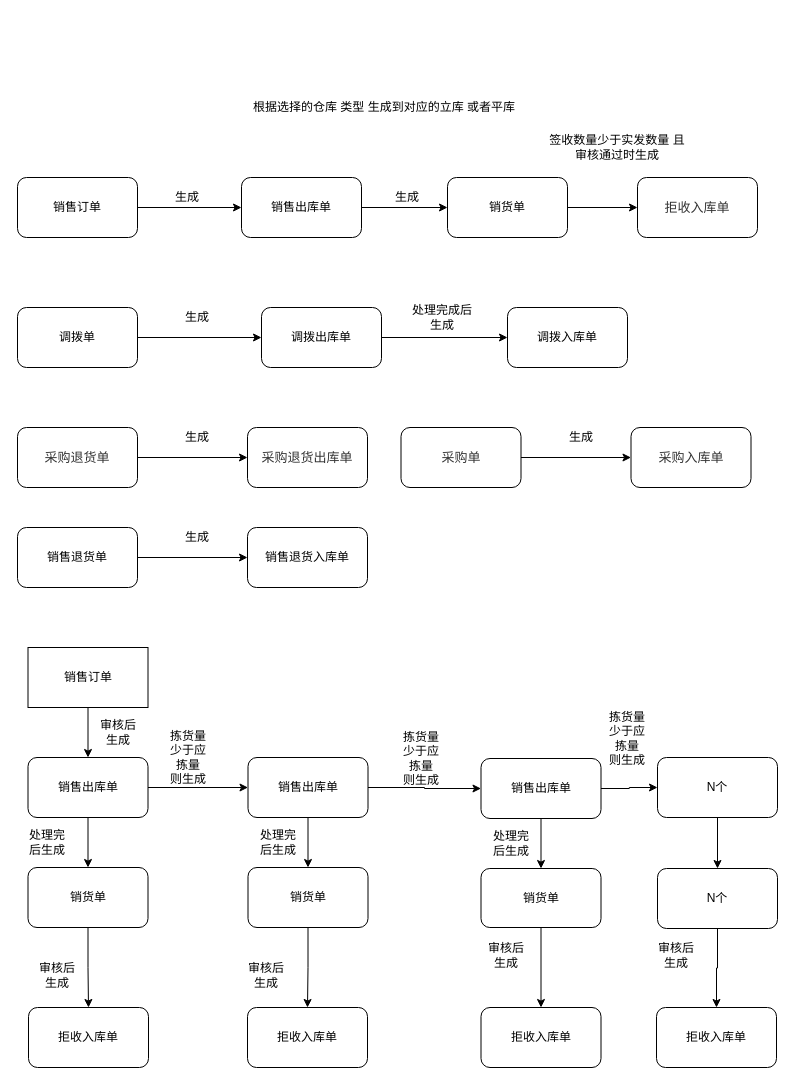
Earlier version of the draw.io diagram Untitled Diagram.drawio (ywspace/vs). Source tidied: cells renumbered, new cells numbered last; positions are measured from the earlier drawing's top-left corner, leaving out a move shared by most shapes. Both pictures are drawn from the tidied source at 100%, with x=0, y=0 at pixel (17, 97).
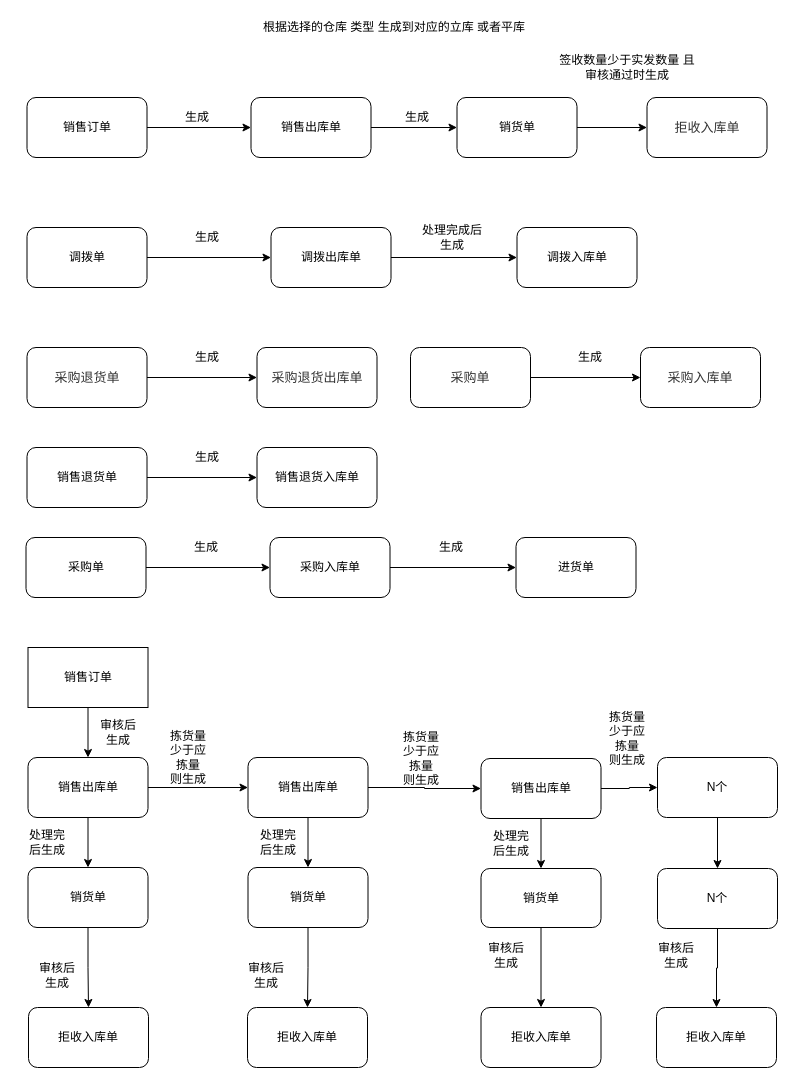
After the change.

Diff of the diagram source:
```diff
@@
     <mxCell id="3" value="销售订单" style="rounded=1;whiteSpace=wrap;html=1;" parent="1" vertex="1">
-      <mxGeometry y="80" width="120" height="60" as="geometry" />
+      <mxGeometry x="9.5" width="120" height="60" as="geometry" />
     </mxCell>
@@
     <mxCell id="5" value="销售出库单" style="rounded=1;whiteSpace=wrap;html=1;" parent="1" vertex="1">
-      <mxGeometry x="224" y="80" width="120" height="60" as="geometry" />
+      <mxGeometry x="233.5" width="120" height="60" as="geometry" />
     </mxCell>
@@
     <mxCell id="7" value="销货单" style="rounded=1;whiteSpace=wrap;html=1;" parent="1" vertex="1">
-      <mxGeometry x="430" y="80" width="120" height="60" as="geometry" />
+      <mxGeometry x="439.5" width="120" height="60" as="geometry" />
     </mxCell>
     <mxCell id="8" value="生成" style="text;html=1;strokeColor=none;fillColor=none;align=center;verticalAlign=middle;whiteSpace=wrap;rounded=0;" parent="1" vertex="1">
-      <mxGeometry x="150" y="90" width="40" height="20" as="geometry" />
+      <mxGeometry x="159.5" y="10" width="40" height="20" as="geometry" />
     </mxCell>
     <mxCell id="9" value="生成" style="text;html=1;strokeColor=none;fillColor=none;align=center;verticalAlign=middle;whiteSpace=wrap;rounded=0;" parent="1" vertex="1">
-      <mxGeometry x="370" y="90" width="40" height="20" as="geometry" />
+      <mxGeometry x="379.5" y="10" width="40" height="20" as="geometry" />
     </mxCell>
     <mxCell id="10" value="&lt;span style=&quot;color: rgb(51 , 51 , 51) ; font-family: &amp;#34;arial normal&amp;#34; , &amp;#34;arial&amp;#34; , sans-serif ; font-size: 13px&quot;&gt;拒收入库单&lt;/span&gt;" style="rounded=1;whiteSpace=wrap;html=1;" parent="1" vertex="1">
-      <mxGeometry x="620" y="80" width="120" height="60" as="geometry" />
+      <mxGeometry x="629.5" width="120" height="60" as="geometry" />
     </mxCell>
     <mxCell id="11" value="根据选择的仓库 类型 生成到对应的立库 或者平库" style="text;html=1;strokeColor=none;fillColor=none;align=center;verticalAlign=middle;whiteSpace=wrap;rounded=0;" parent="1" vertex="1">
-      <mxGeometry x="224" width="286" height="20" as="geometry" />
+      <mxGeometry x="233.5" y="-80" width="286" height="20" as="geometry" />
     </mxCell>
@@
     <mxCell id="13" value="调拨单" style="rounded=1;whiteSpace=wrap;html=1;" parent="1" vertex="1">
-      <mxGeometry y="210" width="120" height="60" as="geometry" />
+      <mxGeometry x="9.5" y="130" width="120" height="60" as="geometry" />
     </mxCell>
@@
     <mxCell id="15" value="调拨出库单" style="rounded=1;whiteSpace=wrap;html=1;" parent="1" vertex="1">
-      <mxGeometry x="244" y="210" width="120" height="60" as="geometry" />
+      <mxGeometry x="253.5" y="130" width="120" height="60" as="geometry" />
     </mxCell>
     <mxCell id="16" value="调拨入库单" style="rounded=1;whiteSpace=wrap;html=1;" parent="1" vertex="1">
-      <mxGeometry x="490" y="210" width="120" height="60" as="geometry" />
+      <mxGeometry x="499.5" y="130" width="120" height="60" as="geometry" />
     </mxCell>
     <mxCell id="17" value="生成" style="text;html=1;strokeColor=none;fillColor=none;align=center;verticalAlign=middle;whiteSpace=wrap;rounded=0;" parent="1" vertex="1">
-      <mxGeometry x="160" y="210" width="40" height="20" as="geometry" />
+      <mxGeometry x="169.5" y="130" width="40" height="20" as="geometry" />
     </mxCell>
     <mxCell id="18" value="处理完成后生成" style="text;html=1;strokeColor=none;fillColor=none;align=center;verticalAlign=middle;whiteSpace=wrap;rounded=0;" parent="1" vertex="1">
-      <mxGeometry x="390" y="210" width="70" height="20" as="geometry" />
+      <mxGeometry x="399.5" y="130" width="70" height="20" as="geometry" />
     </mxCell>
@@
     <mxCell id="20" value="&lt;span style=&quot;color: rgb(51 , 51 , 51) ; font-family: &amp;#34;microsoftyahei&amp;#34; , , sans-serif ; font-size: 13px&quot;&gt;采购退货单&lt;/span&gt;" style="rounded=1;whiteSpace=wrap;html=1;" parent="1" vertex="1">
-      <mxGeometry y="330" width="120" height="60" as="geometry" />
+      <mxGeometry x="9.5" y="250" width="120" height="60" as="geometry" />
     </mxCell>
     <mxCell id="21" value="&lt;span style=&quot;color: rgb(51 , 51 , 51) ; font-family: &amp;#34;microsoftyahei&amp;#34; , , sans-serif ; font-size: 13px&quot;&gt;采购退货出库单&lt;/span&gt;" style="rounded=1;whiteSpace=wrap;html=1;" parent="1" vertex="1">
-      <mxGeometry x="230" y="330" width="120" height="60" as="geometry" />
+      <mxGeometry x="239.5" y="250" width="120" height="60" as="geometry" />
     </mxCell>
     <mxCell id="22" value="生成" style="text;html=1;strokeColor=none;fillColor=none;align=center;verticalAlign=middle;whiteSpace=wrap;rounded=0;" parent="1" vertex="1">
-      <mxGeometry x="160" y="330" width="40" height="20" as="geometry" />
+      <mxGeometry x="169.5" y="250" width="40" height="20" as="geometry" />
     </mxCell>
@@
     <mxCell id="24" value="销售退货单" style="rounded=1;whiteSpace=wrap;html=1;" parent="1" vertex="1">
-      <mxGeometry y="430" width="120" height="60" as="geometry" />
+      <mxGeometry x="9.5" y="350" width="120" height="60" as="geometry" />
     </mxCell>
     <mxCell id="25" value="销售退货入库单" style="rounded=1;whiteSpace=wrap;html=1;" parent="1" vertex="1">
-      <mxGeometry x="230" y="430" width="120" height="60" as="geometry" />
+      <mxGeometry x="239.5" y="350" width="120" height="60" as="geometry" />
     </mxCell>
     <mxCell id="26" value="生成" style="text;html=1;strokeColor=none;fillColor=none;align=center;verticalAlign=middle;whiteSpace=wrap;rounded=0;" parent="1" vertex="1">
-      <mxGeometry x="160" y="430" width="40" height="20" as="geometry" />
+      <mxGeometry x="169.5" y="350" width="40" height="20" as="geometry" />
     </mxCell>
     <mxCell id="27" value="签收数量少于实发数量 且审核通过时生成" style="text;html=1;strokeColor=none;fillColor=none;align=center;verticalAlign=middle;whiteSpace=wrap;rounded=0;" parent="1" vertex="1">
-      <mxGeometry x="530" y="20" width="140" height="60" as="geometry" />
+      <mxGeometry x="539.5" y="-60" width="140" height="60" as="geometry" />
     </mxCell>
@@
     <mxCell id="65" value="&lt;span style=&quot;color: rgb(51 , 51 , 51) ; font-family: &amp;#34;microsoftyahei&amp;#34; , , sans-serif ; font-size: 13px&quot;&gt;采购单&lt;/span&gt;" style="rounded=1;whiteSpace=wrap;html=1;" parent="1" vertex="1">
-      <mxGeometry x="383.5" y="330" width="120" height="60" as="geometry" />
+      <mxGeometry x="393" y="250" width="120" height="60" as="geometry" />
     </mxCell>
     <mxCell id="66" value="&lt;span style=&quot;color: rgb(51 , 51 , 51) ; font-family: &amp;#34;microsoftyahei&amp;#34; , , sans-serif ; font-size: 13px&quot;&gt;采购入库单&lt;/span&gt;" style="rounded=1;whiteSpace=wrap;html=1;" parent="1" vertex="1">
-      <mxGeometry x="613.5" y="330" width="120" height="60" as="geometry" />
+      <mxGeometry x="623" y="250" width="120" height="60" as="geometry" />
     </mxCell>
     <mxCell id="67" value="生成" style="text;html=1;strokeColor=none;fillColor=none;align=center;verticalAlign=middle;whiteSpace=wrap;rounded=0;" parent="1" vertex="1">
-      <mxGeometry x="543.5" y="330" width="40" height="20" as="geometry" />
+      <mxGeometry x="553" y="250" width="40" height="20" as="geometry" />
     </mxCell>
+    <mxCell id="68" style="edgeStyle=orthogonalEdgeStyle;rounded=0;jettySize=auto;html=1;exitX=1;exitY=0.5;exitDx=0;exitDy=0;entryX=0;entryY=0.5;entryDx=0;entryDy=0;" parent="1" edge="1" source="69" target="71">
+      <mxGeometry relative="1" as="geometry" />
+    </mxCell>
+    <mxCell id="69" value="采购单" style="rounded=1;whiteSpace=wrap;html=1;" parent="1" vertex="1">
+      <mxGeometry x="8.5" y="440" width="120" height="60" as="geometry" />
+    </mxCell>
+    <mxCell id="70" style="edgeStyle=orthogonalEdgeStyle;rounded=0;jettySize=auto;html=1;exitX=1;exitY=0.5;exitDx=0;exitDy=0;entryX=0;entryY=0.5;entryDx=0;entryDy=0;" parent="1" edge="1" source="71" target="72">
+      <mxGeometry relative="1" as="geometry" />
+    </mxCell>
+    <mxCell id="71" value="采购入库单" style="rounded=1;whiteSpace=wrap;html=1;" parent="1" vertex="1">
+      <mxGeometry x="252.5" y="440" width="120" height="60" as="geometry" />
+    </mxCell>
+    <mxCell id="72" value="进货单" style="rounded=1;whiteSpace=wrap;html=1;" parent="1" vertex="1">
+      <mxGeometry x="498.5" y="440" width="120" height="60" as="geometry" />
+    </mxCell>
+    <mxCell id="73" value="生成" style="text;html=1;strokeColor=none;fillColor=none;align=center;verticalAlign=middle;whiteSpace=wrap;rounded=0;" parent="1" vertex="1">
+      <mxGeometry x="168.5" y="440" width="40" height="20" as="geometry" />
+    </mxCell>
+    <mxCell id="74" value="生成" style="text;html=1;strokeColor=none;fillColor=none;align=center;verticalAlign=middle;whiteSpace=wrap;rounded=0;" parent="1" vertex="1">
+      <mxGeometry x="398.5" y="440" width="70" height="20" as="geometry" />
+    </mxCell>
```
